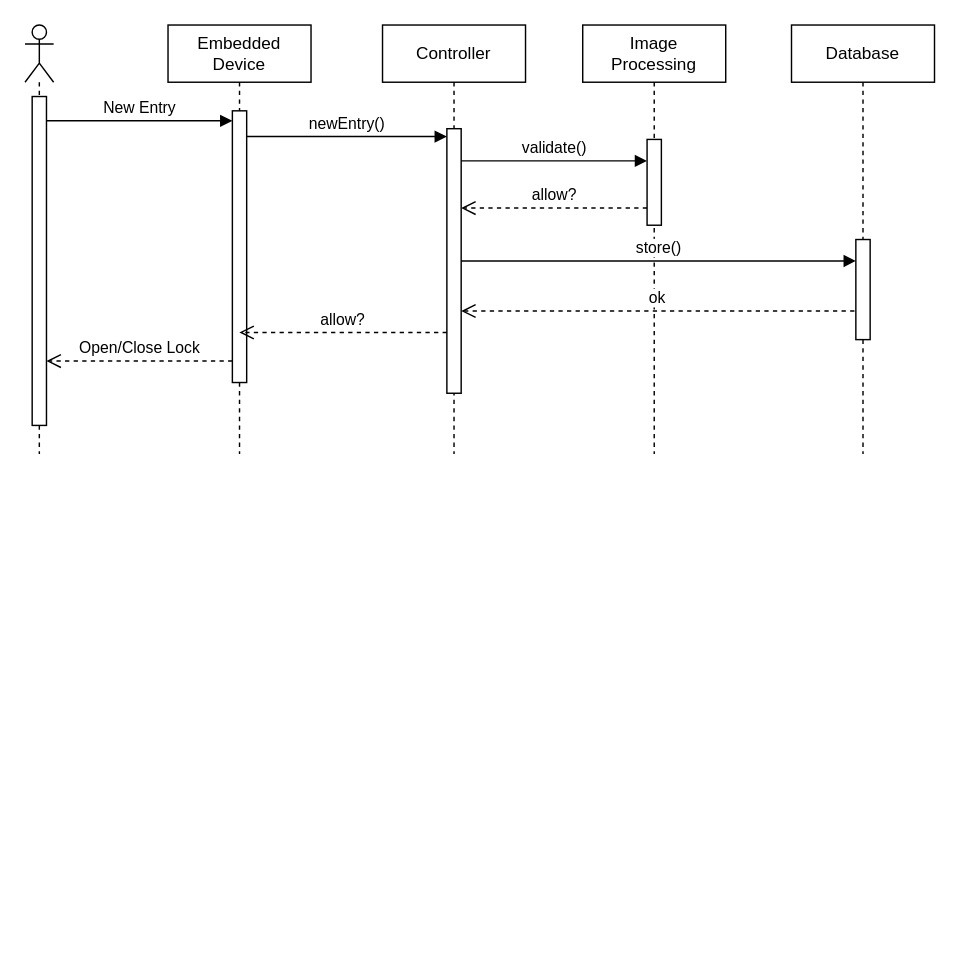
This is EntrySequenceDiagram.drawio from DuckTheMug/image-server-for-iot-entry, a draw.io file, before an edit. Source tidied: cells renumbered, new cells numbered last; positions are measured from the earlier drawing's top-left corner, leaving out a move shared by most shapes. Both pictures are drawn from the tidied source at 143%, with x=0, y=0 at pixel (24, 24).
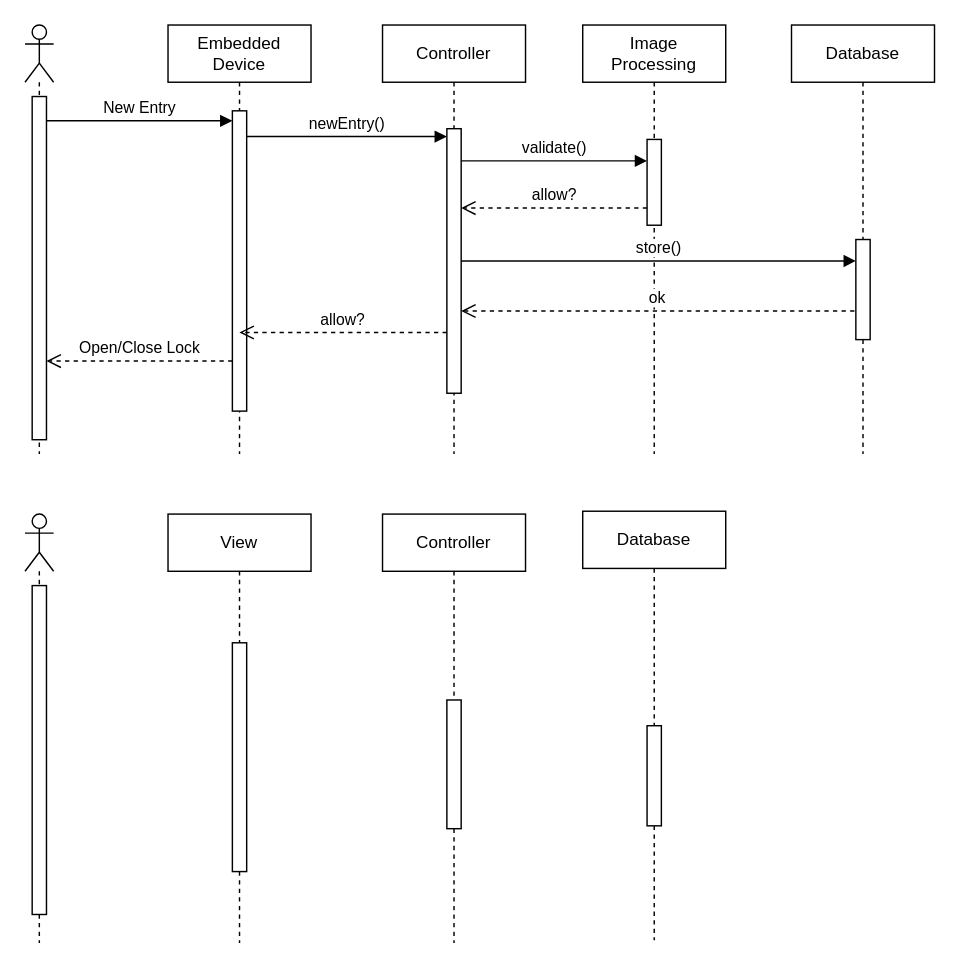
The same page after the edit.

Unchanged cells that the change refers to:
```xml
<mxCell id="2" value="Embedded&lt;br&gt;Device" style="shape=umlLifeline;perimeter=lifelinePerimeter;whiteSpace=wrap;html=1;newEdgeStyle={&quot;curved&quot;:0,&quot;rounded&quot;:0};" parent="1" vertex="1">
  <mxGeometry x="100" width="100" height="300" as="geometry" />
</mxCell>
<mxCell id="13" style="shape=umlLifeline;perimeter=lifelinePerimeter;whiteSpace=wrap;html=1;newEdgeStyle={&quot;curved&quot;:0,&quot;rounded&quot;:0};participant=umlActor;" parent="1" vertex="1">
  <mxGeometry width="20" height="300" as="geometry" />
</mxCell>
```

Change to the diagram source:
```diff
@@
     <mxCell id="3" style="html=1;points=[[0,0,0,0,5],[0,1,0,0,-5],[1,0,0,0,5],[1,1,0,0,-5]];perimeter=orthogonalPerimeter;outlineConnect=0;targetShapes=umlLifeline;portConstraint=eastwest;newEdgeStyle={&quot;curved&quot;:0,&quot;rounded&quot;:0};" parent="2" vertex="1">
-      <mxGeometry x="45" y="60" width="10" height="190" as="geometry" />
+      <mxGeometry x="45" y="60" width="10" height="210" as="geometry" />
     </mxCell>
@@
     <mxCell id="14" style="html=1;perimeter=orthogonalPerimeter;targetShapes=umlLifeline;newEdgeStyle={&quot;curved&quot;:0,&quot;rounded&quot;:0};" parent="13" vertex="1">
-      <mxGeometry x="5" y="50" width="10" height="230" as="geometry" />
+      <mxGeometry x="5" y="50" width="10" height="240" as="geometry" />
     </mxCell>
@@
+    <mxCell id="20" style="shape=umlLifeline;perimeter=lifelinePerimeter;whiteSpace=wrap;html=1;newEdgeStyle={&quot;curved&quot;:0,&quot;rounded&quot;:0};participant=umlActor;" parent="1" vertex="1">
+      <mxGeometry y="342" width="20" height="300" as="geometry" />
+    </mxCell>
+    <mxCell id="21" style="html=1;perimeter=orthogonalPerimeter;targetShapes=umlLifeline;newEdgeStyle={&quot;curved&quot;:0,&quot;rounded&quot;:0};" parent="20" vertex="1">
+      <mxGeometry x="5" y="50" width="10" height="230" as="geometry" />
+    </mxCell>
+    <mxCell id="22" value="View" style="shape=umlLifeline;perimeter=lifelinePerimeter;whiteSpace=wrap;html=1;newEdgeStyle={&quot;curved&quot;:0,&quot;rounded&quot;:0};" parent="1" vertex="1">
+      <mxGeometry x="100" y="342" width="100" height="300" as="geometry" />
+    </mxCell>
+    <mxCell id="23" style="html=1;perimeter=orthogonalPerimeter;targetShapes=umlLifeline;newEdgeStyle={&quot;curved&quot;:0,&quot;rounded&quot;:0};" parent="22" vertex="1">
+      <mxGeometry x="45" y="90" width="10" height="160" as="geometry" />
+    </mxCell>
+    <mxCell id="24" value="Controller" style="shape=umlLifeline;perimeter=lifelinePerimeter;whiteSpace=wrap;html=1;newEdgeStyle={&quot;curved&quot;:0,&quot;rounded&quot;:0};" parent="1" vertex="1">
+      <mxGeometry x="250" y="342" width="100" height="300" as="geometry" />
+    </mxCell>
+    <mxCell id="25" style="html=1;perimeter=orthogonalPerimeter;targetShapes=umlLifeline;newEdgeStyle={&quot;curved&quot;:0,&quot;rounded&quot;:0};" parent="24" vertex="1">
+      <mxGeometry x="45" y="130" width="10" height="90" as="geometry" />
+    </mxCell>
+    <mxCell id="26" value="Database" style="shape=umlLifeline;perimeter=lifelinePerimeter;whiteSpace=wrap;html=1;newEdgeStyle={&quot;curved&quot;:0,&quot;rounded&quot;:0};" parent="1" vertex="1">
+      <mxGeometry x="390" y="340" width="100" height="300" as="geometry" />
+    </mxCell>
+    <mxCell id="27" style="html=1;perimeter=orthogonalPerimeter;targetShapes=umlLifeline;newEdgeStyle={&quot;curved&quot;:0,&quot;rounded&quot;:0};" parent="26" vertex="1">
+      <mxGeometry x="45" y="150" width="10" height="70" as="geometry" />
+    </mxCell>
```
